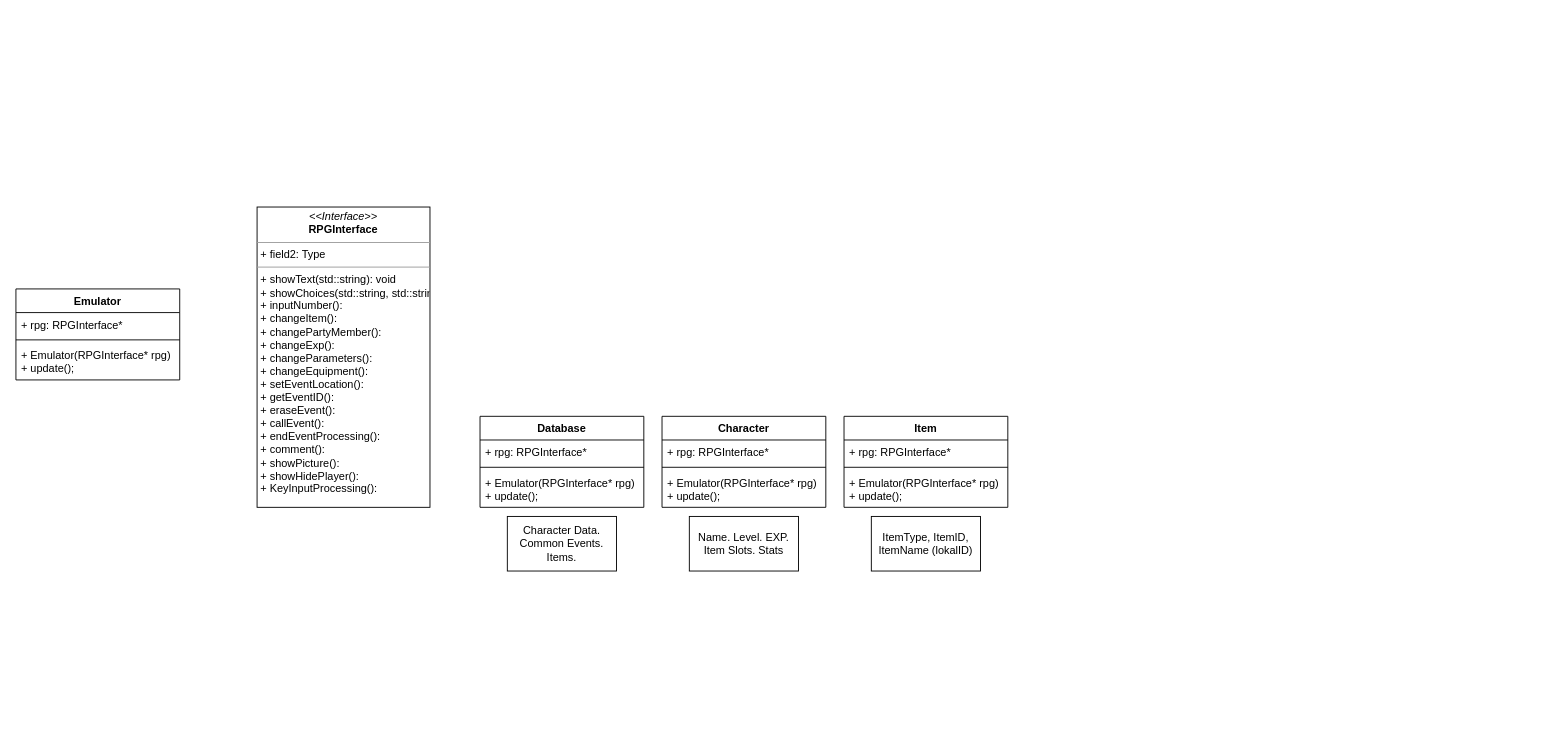
lifebu/rpg2k3-gb keeps this draw.io diagram as doc/CppRPGEnv.drawio. Above is the earlier version. Source tidied: cells renumbered, new cells numbered last; positions are measured from the earlier drawing's top-left corner, leaving out a move shared by most shapes. Both pictures are drawn from the tidied source at 91%, with x=0, y=0 at pixel (15, 207).
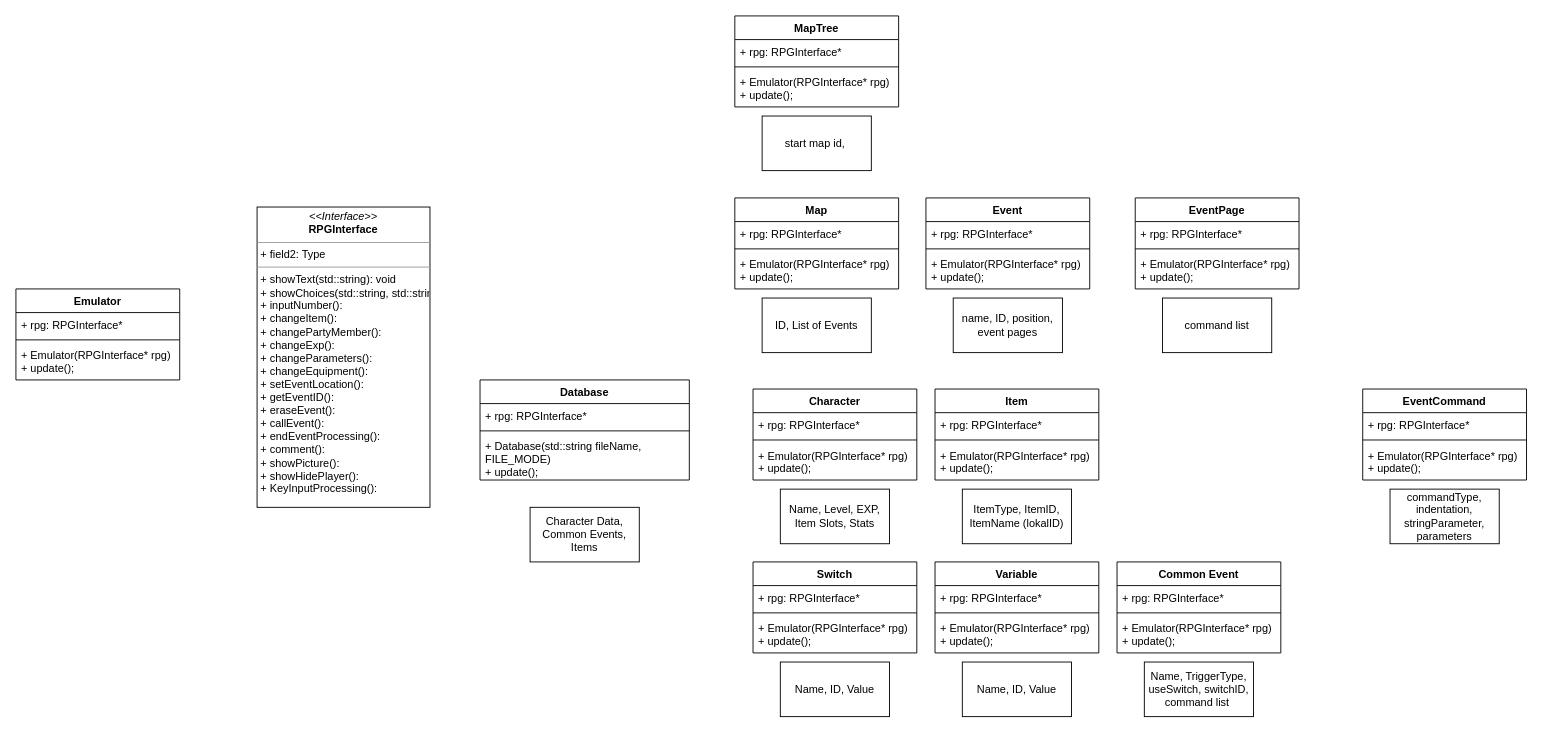
The same page after the edit.

What changed in the source:
```diff
@@
     <mxCell id="7" value="Database" style="swimlane;fontStyle=1;align=center;verticalAlign=top;horizontal=1;startSize=26;" parent="1" vertex="1">
-      <mxGeometry x="510" y="230" width="180" height="100" as="geometry" />
+      <mxGeometry x="510" y="190" width="230" height="110" as="geometry" />
     </mxCell>
     <mxCell id="8" value="+ rpg: RPGInterface*" style="text;strokeColor=none;fillColor=none;align=left;verticalAlign=top;spacingLeft=4;spacingRight=4;overflow=hidden;" parent="7" vertex="1">
-      <mxGeometry y="26" width="180" height="26" as="geometry" />
+      <mxGeometry y="26" width="230" height="26" as="geometry" />
     </mxCell>
     <mxCell id="9" style="line;strokeWidth=1;fillColor=none;align=left;verticalAlign=middle;spacingTop=-1;spacingLeft=3;spacingRight=3;labelPosition=right;" parent="7" vertex="1">
-      <mxGeometry y="52" width="180" height="8" as="geometry" />
+      <mxGeometry y="52" width="230" height="8" as="geometry" />
     </mxCell>
-    <mxCell id="10" value="+ Emulator(RPGInterface* rpg)&#10;+ update();" style="text;strokeColor=none;fillColor=none;align=left;verticalAlign=top;spacingLeft=4;spacingRight=4;overflow=hidden;" parent="7" vertex="1">
-      <mxGeometry y="60" width="180" height="40" as="geometry" />
+    <mxCell id="10" value="+ Database(std::string fileName, &#10;FILE_MODE)&#10;+ update();" style="text;strokeColor=none;fillColor=none;align=left;verticalAlign=top;spacingLeft=4;spacingRight=4;overflow=hidden;" parent="7" vertex="1">
+      <mxGeometry y="60" width="230" height="50" as="geometry" />
     </mxCell>
-    <mxCell id="11" value="Character Data.&lt;br&gt;Common Events.&lt;br&gt;Items." style="rounded=0;whiteSpace=wrap;html=1;" parent="1" vertex="1">
-      <mxGeometry x="540" y="340" width="120" height="60" as="geometry" />
+    <mxCell id="11" value="Character Data,&lt;br&gt;Common Events,&lt;br&gt;Items" style="rounded=0;whiteSpace=wrap;html=1;" parent="1" vertex="1">
+      <mxGeometry x="565" y="330" width="120" height="60" as="geometry" />
     </mxCell>
     <mxCell id="12" value="Character" style="swimlane;fontStyle=1;align=center;verticalAlign=top;horizontal=1;startSize=26;" parent="1" vertex="1">
-      <mxGeometry x="710" y="230" width="180" height="100" as="geometry" />
+      <mxGeometry x="810" y="200" width="180" height="100" as="geometry" />
     </mxCell>
@@
-    <mxCell id="16" value="Name. Level. EXP. Item Slots. Stats" style="rounded=0;whiteSpace=wrap;html=1;" parent="1" vertex="1">
-      <mxGeometry x="740" y="340" width="120" height="60" as="geometry" />
+    <mxCell id="16" value="Name, Level, EXP, Item Slots, Stats" style="rounded=0;whiteSpace=wrap;html=1;" parent="1" vertex="1">
+      <mxGeometry x="840" y="310" width="120" height="60" as="geometry" />
     </mxCell>
     <mxCell id="17" value="Item" style="swimlane;fontStyle=1;align=center;verticalAlign=top;horizontal=1;startSize=26;" parent="1" vertex="1">
-      <mxGeometry x="910" y="230" width="180" height="100" as="geometry" />
+      <mxGeometry x="1010" y="200" width="180" height="100" as="geometry" />
     </mxCell>
@@
     <mxCell id="21" value="ItemType, ItemID, ItemName (lokalID)" style="rounded=0;whiteSpace=wrap;html=1;" parent="1" vertex="1">
-      <mxGeometry x="940" y="340" width="120" height="60" as="geometry" />
+      <mxGeometry x="1040" y="310" width="120" height="60" as="geometry" />
     </mxCell>
+    <mxCell id="22" value="Common Event" style="swimlane;fontStyle=1;align=center;verticalAlign=top;horizontal=1;startSize=26;" parent="1" vertex="1">
+      <mxGeometry x="1210" y="390" width="180" height="100" as="geometry" />
+    </mxCell>
+    <mxCell id="23" value="+ rpg: RPGInterface*" style="text;strokeColor=none;fillColor=none;align=left;verticalAlign=top;spacingLeft=4;spacingRight=4;overflow=hidden;" parent="22" vertex="1">
+      <mxGeometry y="26" width="180" height="26" as="geometry" />
+    </mxCell>
+    <mxCell id="24" style="line;strokeWidth=1;fillColor=none;align=left;verticalAlign=middle;spacingTop=-1;spacingLeft=3;spacingRight=3;labelPosition=right;" parent="22" vertex="1">
+      <mxGeometry y="52" width="180" height="8" as="geometry" />
+    </mxCell>
+    <mxCell id="25" value="+ Emulator(RPGInterface* rpg)&#10;+ update();" style="text;strokeColor=none;fillColor=none;align=left;verticalAlign=top;spacingLeft=4;spacingRight=4;overflow=hidden;" parent="22" vertex="1">
+      <mxGeometry y="60" width="180" height="40" as="geometry" />
+    </mxCell>
+    <mxCell id="26" value="Name, TriggerType, useSwitch, switchID, command list&amp;nbsp;" style="rounded=0;whiteSpace=wrap;html=1;" parent="1" vertex="1">
+      <mxGeometry x="1240" y="500" width="120" height="60" as="geometry" />
+    </mxCell>
+    <mxCell id="27" value="Event" style="swimlane;fontStyle=1;align=center;verticalAlign=top;horizontal=1;startSize=26;" parent="1" vertex="1">
+      <mxGeometry x="1000" y="-10" width="180" height="100" as="geometry" />
+    </mxCell>
+    <mxCell id="28" value="+ rpg: RPGInterface*" style="text;strokeColor=none;fillColor=none;align=left;verticalAlign=top;spacingLeft=4;spacingRight=4;overflow=hidden;" parent="27" vertex="1">
+      <mxGeometry y="26" width="180" height="26" as="geometry" />
+    </mxCell>
+    <mxCell id="29" style="line;strokeWidth=1;fillColor=none;align=left;verticalAlign=middle;spacingTop=-1;spacingLeft=3;spacingRight=3;labelPosition=right;" parent="27" vertex="1">
+      <mxGeometry y="52" width="180" height="8" as="geometry" />
+    </mxCell>
+    <mxCell id="30" value="+ Emulator(RPGInterface* rpg)&#10;+ update();" style="text;strokeColor=none;fillColor=none;align=left;verticalAlign=top;spacingLeft=4;spacingRight=4;overflow=hidden;" parent="27" vertex="1">
+      <mxGeometry y="60" width="180" height="40" as="geometry" />
+    </mxCell>
+    <mxCell id="31" value="name, ID, position, event pages" style="rounded=0;whiteSpace=wrap;html=1;" parent="1" vertex="1">
+      <mxGeometry x="1030" y="100" width="120" height="60" as="geometry" />
+    </mxCell>
+    <mxCell id="32" value="EventCommand" style="swimlane;fontStyle=1;align=center;verticalAlign=top;horizontal=1;startSize=26;" parent="1" vertex="1">
+      <mxGeometry x="1480" y="200" width="180" height="100" as="geometry" />
+    </mxCell>
+    <mxCell id="33" value="+ rpg: RPGInterface*" style="text;strokeColor=none;fillColor=none;align=left;verticalAlign=top;spacingLeft=4;spacingRight=4;overflow=hidden;" parent="32" vertex="1">
+      <mxGeometry y="26" width="180" height="26" as="geometry" />
+    </mxCell>
+    <mxCell id="34" style="line;strokeWidth=1;fillColor=none;align=left;verticalAlign=middle;spacingTop=-1;spacingLeft=3;spacingRight=3;labelPosition=right;" parent="32" vertex="1">
+      <mxGeometry y="52" width="180" height="8" as="geometry" />
+    </mxCell>
+    <mxCell id="35" value="+ Emulator(RPGInterface* rpg)&#10;+ update();" style="text;strokeColor=none;fillColor=none;align=left;verticalAlign=top;spacingLeft=4;spacingRight=4;overflow=hidden;" parent="32" vertex="1">
+      <mxGeometry y="60" width="180" height="40" as="geometry" />
+    </mxCell>
+    <mxCell id="36" value="commandType, indentation, stringParameter, parameters" style="rounded=0;whiteSpace=wrap;html=1;" parent="1" vertex="1">
+      <mxGeometry x="1510" y="310" width="120" height="60" as="geometry" />
+    </mxCell>
+    <mxCell id="37" value="Switch" style="swimlane;fontStyle=1;align=center;verticalAlign=top;horizontal=1;startSize=26;" parent="1" vertex="1">
+      <mxGeometry x="810" y="390" width="180" height="100" as="geometry" />
+    </mxCell>
+    <mxCell id="38" value="+ rpg: RPGInterface*" style="text;strokeColor=none;fillColor=none;align=left;verticalAlign=top;spacingLeft=4;spacingRight=4;overflow=hidden;" parent="37" vertex="1">
+      <mxGeometry y="26" width="180" height="26" as="geometry" />
+    </mxCell>
+    <mxCell id="39" style="line;strokeWidth=1;fillColor=none;align=left;verticalAlign=middle;spacingTop=-1;spacingLeft=3;spacingRight=3;labelPosition=right;" parent="37" vertex="1">
+      <mxGeometry y="52" width="180" height="8" as="geometry" />
+    </mxCell>
+    <mxCell id="40" value="+ Emulator(RPGInterface* rpg)&#10;+ update();" style="text;strokeColor=none;fillColor=none;align=left;verticalAlign=top;spacingLeft=4;spacingRight=4;overflow=hidden;" parent="37" vertex="1">
+      <mxGeometry y="60" width="180" height="40" as="geometry" />
+    </mxCell>
+    <mxCell id="41" value="Name, ID, Value" style="rounded=0;whiteSpace=wrap;html=1;" parent="1" vertex="1">
+      <mxGeometry x="840" y="500" width="120" height="60" as="geometry" />
+    </mxCell>
+    <mxCell id="42" value="Variable" style="swimlane;fontStyle=1;align=center;verticalAlign=top;horizontal=1;startSize=26;" parent="1" vertex="1">
+      <mxGeometry x="1010" y="390" width="180" height="100" as="geometry" />
+    </mxCell>
+    <mxCell id="43" value="+ rpg: RPGInterface*" style="text;strokeColor=none;fillColor=none;align=left;verticalAlign=top;spacingLeft=4;spacingRight=4;overflow=hidden;" parent="42" vertex="1">
+      <mxGeometry y="26" width="180" height="26" as="geometry" />
+    </mxCell>
+    <mxCell id="44" style="line;strokeWidth=1;fillColor=none;align=left;verticalAlign=middle;spacingTop=-1;spacingLeft=3;spacingRight=3;labelPosition=right;" parent="42" vertex="1">
+      <mxGeometry y="52" width="180" height="8" as="geometry" />
+    </mxCell>
+    <mxCell id="45" value="+ Emulator(RPGInterface* rpg)&#10;+ update();" style="text;strokeColor=none;fillColor=none;align=left;verticalAlign=top;spacingLeft=4;spacingRight=4;overflow=hidden;" parent="42" vertex="1">
+      <mxGeometry y="60" width="180" height="40" as="geometry" />
+    </mxCell>
+    <mxCell id="46" value="Name, ID, Value" style="rounded=0;whiteSpace=wrap;html=1;" parent="1" vertex="1">
+      <mxGeometry x="1040" y="500" width="120" height="60" as="geometry" />
+    </mxCell>
+    <mxCell id="47" value="EventPage" style="swimlane;fontStyle=1;align=center;verticalAlign=top;horizontal=1;startSize=26;" parent="1" vertex="1">
+      <mxGeometry x="1230" y="-10" width="180" height="100" as="geometry" />
+    </mxCell>
+    <mxCell id="48" value="+ rpg: RPGInterface*" style="text;strokeColor=none;fillColor=none;align=left;verticalAlign=top;spacingLeft=4;spacingRight=4;overflow=hidden;" parent="47" vertex="1">
+      <mxGeometry y="26" width="180" height="26" as="geometry" />
+    </mxCell>
+    <mxCell id="49" style="line;strokeWidth=1;fillColor=none;align=left;verticalAlign=middle;spacingTop=-1;spacingLeft=3;spacingRight=3;labelPosition=right;" parent="47" vertex="1">
+      <mxGeometry y="52" width="180" height="8" as="geometry" />
+    </mxCell>
+    <mxCell id="50" value="+ Emulator(RPGInterface* rpg)&#10;+ update();" style="text;strokeColor=none;fillColor=none;align=left;verticalAlign=top;spacingLeft=4;spacingRight=4;overflow=hidden;" parent="47" vertex="1">
+      <mxGeometry y="60" width="180" height="40" as="geometry" />
+    </mxCell>
+    <mxCell id="51" value="command list" style="rounded=0;whiteSpace=wrap;html=1;" parent="1" vertex="1">
+      <mxGeometry x="1260" y="100" width="120" height="60" as="geometry" />
+    </mxCell>
+    <mxCell id="52" value="Map" style="swimlane;fontStyle=1;align=center;verticalAlign=top;horizontal=1;startSize=26;" parent="1" vertex="1">
+      <mxGeometry x="790" y="-10" width="180" height="100" as="geometry" />
+    </mxCell>
+    <mxCell id="53" value="+ rpg: RPGInterface*" style="text;strokeColor=none;fillColor=none;align=left;verticalAlign=top;spacingLeft=4;spacingRight=4;overflow=hidden;" parent="52" vertex="1">
+      <mxGeometry y="26" width="180" height="26" as="geometry" />
+    </mxCell>
+    <mxCell id="54" style="line;strokeWidth=1;fillColor=none;align=left;verticalAlign=middle;spacingTop=-1;spacingLeft=3;spacingRight=3;labelPosition=right;" parent="52" vertex="1">
+      <mxGeometry y="52" width="180" height="8" as="geometry" />
+    </mxCell>
+    <mxCell id="55" value="+ Emulator(RPGInterface* rpg)&#10;+ update();" style="text;strokeColor=none;fillColor=none;align=left;verticalAlign=top;spacingLeft=4;spacingRight=4;overflow=hidden;" parent="52" vertex="1">
+      <mxGeometry y="60" width="180" height="40" as="geometry" />
+    </mxCell>
+    <mxCell id="56" value="ID, List of Events" style="rounded=0;whiteSpace=wrap;html=1;" parent="1" vertex="1">
+      <mxGeometry x="820" y="100" width="120" height="60" as="geometry" />
+    </mxCell>
+    <mxCell id="57" value="MapTree" style="swimlane;fontStyle=1;align=center;verticalAlign=top;horizontal=1;startSize=26;" parent="1" vertex="1">
+      <mxGeometry x="790" y="-210" width="180" height="100" as="geometry" />
+    </mxCell>
+    <mxCell id="58" value="+ rpg: RPGInterface*" style="text;strokeColor=none;fillColor=none;align=left;verticalAlign=top;spacingLeft=4;spacingRight=4;overflow=hidden;" parent="57" vertex="1">
+      <mxGeometry y="26" width="180" height="26" as="geometry" />
+    </mxCell>
+    <mxCell id="59" style="line;strokeWidth=1;fillColor=none;align=left;verticalAlign=middle;spacingTop=-1;spacingLeft=3;spacingRight=3;labelPosition=right;" parent="57" vertex="1">
+      <mxGeometry y="52" width="180" height="8" as="geometry" />
+    </mxCell>
+    <mxCell id="60" value="+ Emulator(RPGInterface* rpg)&#10;+ update();" style="text;strokeColor=none;fillColor=none;align=left;verticalAlign=top;spacingLeft=4;spacingRight=4;overflow=hidden;" parent="57" vertex="1">
+      <mxGeometry y="60" width="180" height="40" as="geometry" />
+    </mxCell>
+    <mxCell id="61" value="start map id,&amp;nbsp;" style="rounded=0;whiteSpace=wrap;html=1;" parent="1" vertex="1">
+      <mxGeometry x="820" y="-100" width="120" height="60" as="geometry" />
+    </mxCell>
```
